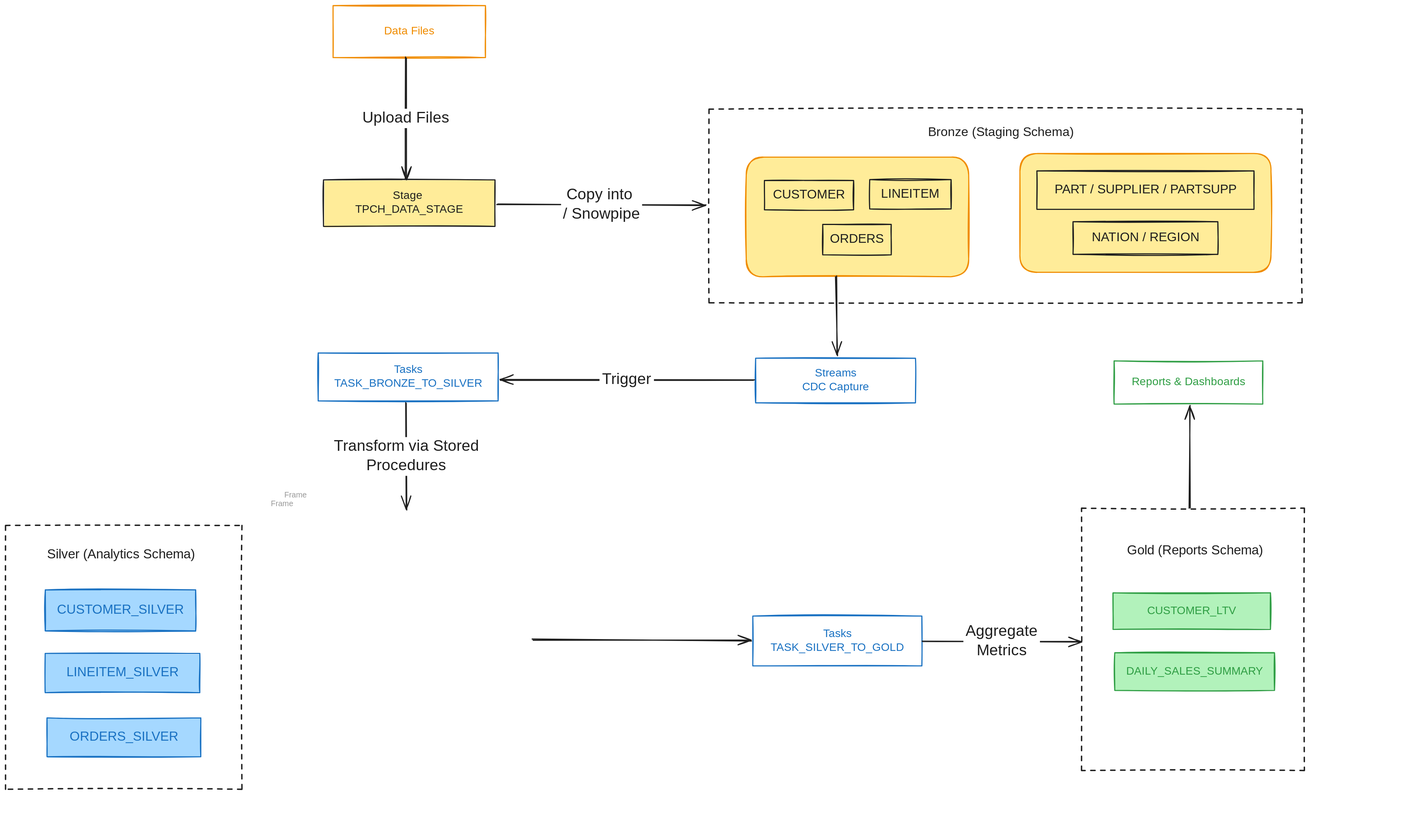
Earlier version of the Excalidraw export dataflow.excalidraw.svg (thuuyen109/snowflake-tpch-analytics). Source tidied: one line per element, renumbered; positions are measured from the earlier drawing's top-left corner, leaving out a move shared by most shapes.
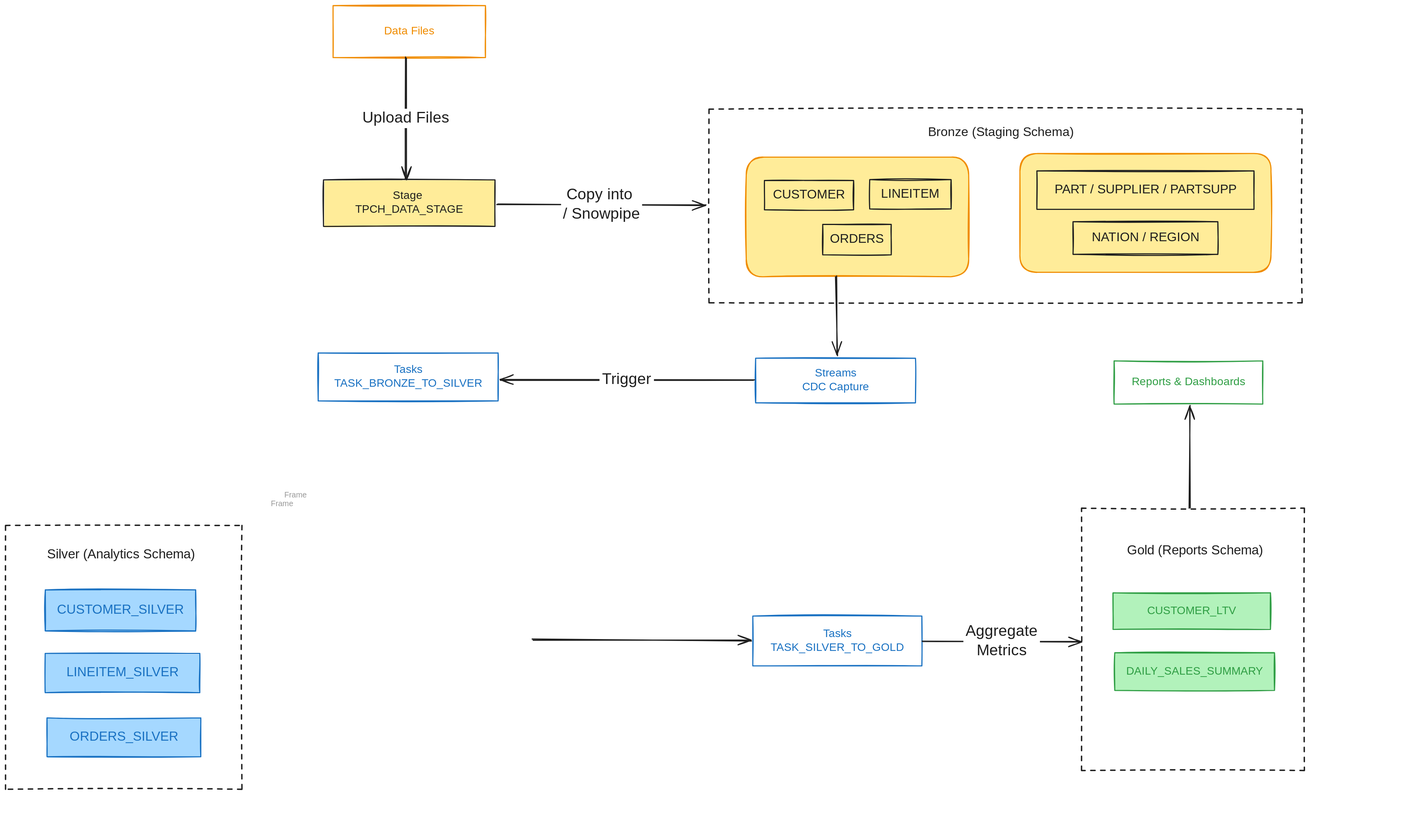
After the change.

Change to the diagram source:
```diff
@@ -31,8 +31,6 @@
 {"id": 30, "type": "arrow", "strokeColor": "#1e1e1e", "backgroundColor": "#a5d8ff", "fillStyle": "solid", "strokeWidth": 2, "roughness": 1, "endArrowhead": "arrow", "round": true, "from": 9, "to": 2, "x": 1499, "y": 490, "width": 4, "height": 142, "points": [[0, 0], [4, 142]]}
 {"id": 31, "type": "arrow", "strokeColor": "#1e1e1e", "strokeWidth": 2, "roughness": 1, "endArrowhead": "arrow", "round": true, "from": 2, "to": 3, "x": 1351, "y": 676, "width": 458, "height": 1, "points": [[0, 0], [-458, -1]]}
 {"id": 32, "type": "text", "text": "Trigger", "strokeColor": "#1e1e1e", "strokeWidth": 2, "strokeStyle": "dashed", "roughness": 1, "fontSize": 28, "fontFamily": 5, "textAlign": "center", "verticalAlign": "middle", "inside": 31, "x": 973, "y": 659, "width": 98, "height": 35}
-{"id": 33, "type": "arrow", "strokeColor": "#1e1e1e", "strokeWidth": 2, "roughness": 1, "endArrowhead": "arrow", "round": true, "from": 3, "x": 723, "y": 718, "width": 2, "height": 192, "points": [[0, 0], [2, 192]]}
-{"id": 34, "type": "text", "text": "Transform via Stored\nProcedures", "strokeColor": "#1e1e1e", "backgroundColor": "#b2f2bb", "fillStyle": "solid", "strokeWidth": 2, "roughness": 1, "fontSize": 28, "fontFamily": 5, "textAlign": "center", "verticalAlign": "middle", "inside": 33, "x": 478, "y": 779, "width": 292, "height": 70}
 {"id": 35, "type": "arrow", "strokeColor": "#1e1e1e", "strokeWidth": 2, "roughness": 1, "endArrowhead": "arrow", "round": true, "to": 4, "x": 952, "y": 1145, "width": 395, "height": 2, "points": [[0, 0], [395, 2]]}
 {"id": 36, "type": "rectangle", "strokeColor": "#1e1e1e", "strokeWidth": 2, "strokeStyle": "dashed", "roughness": 1, "x": 1943, "y": 908, "width": 402, "height": 474}
 {"id": 37, "type": "rectangle", "strokeColor": "#2f9e44", "backgroundColor": "#b2f2bb", "fillStyle": "solid", "strokeWidth": 2, "roughness": 1, "x": 2000, "y": 1061, "width": 284, "height": 66}
```
